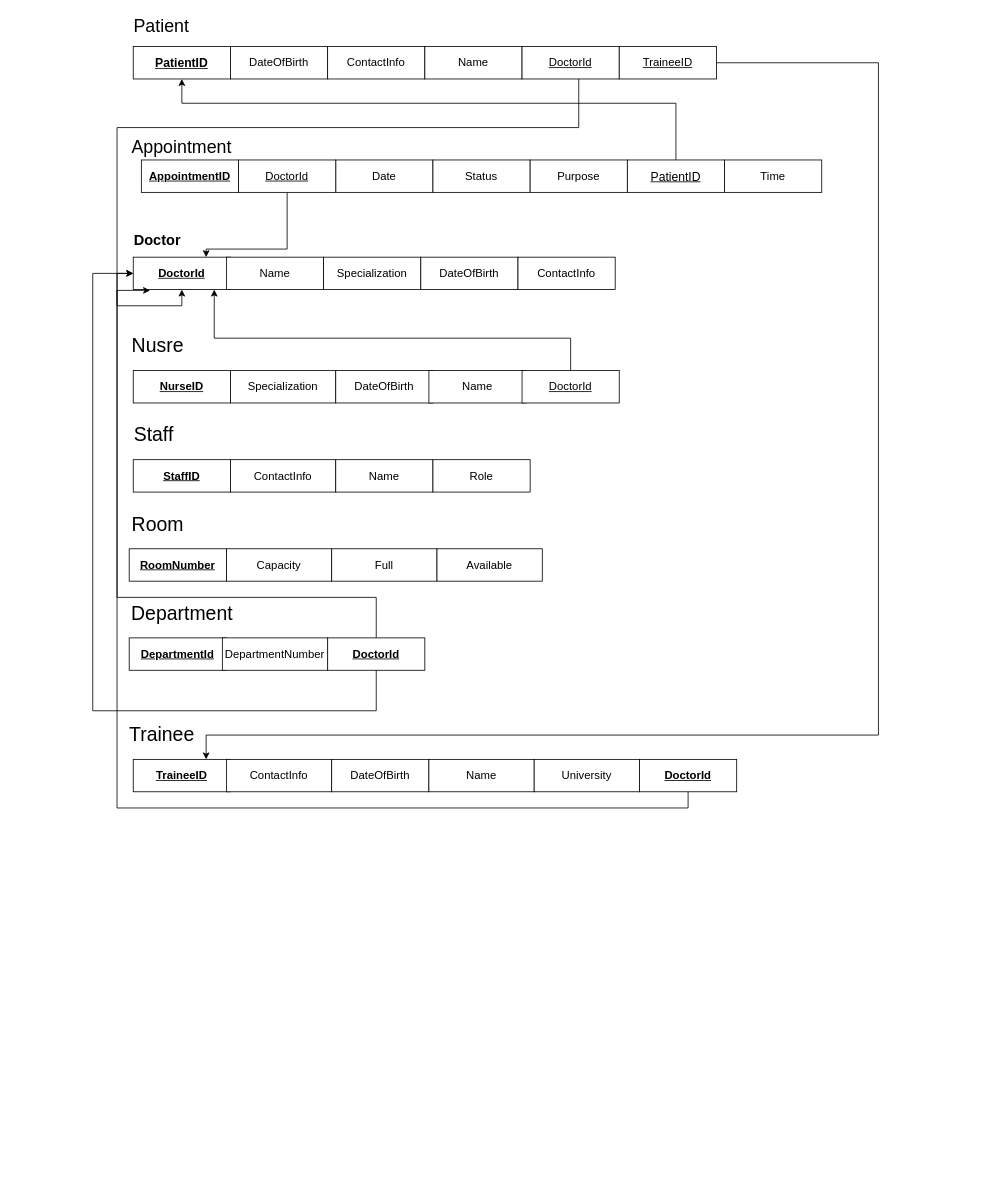
The draw.io diagram Untitled Diagram.drawio in AbodSoudi/DB-project, before the edit. Source tidied: cells renumbered, new cells numbered last; positions are measured from the earlier drawing's top-left corner, leaving out a move shared by most shapes. Both pictures are drawn from the tidied source at 81%, with x=0, y=0 at pixel (80, 14).
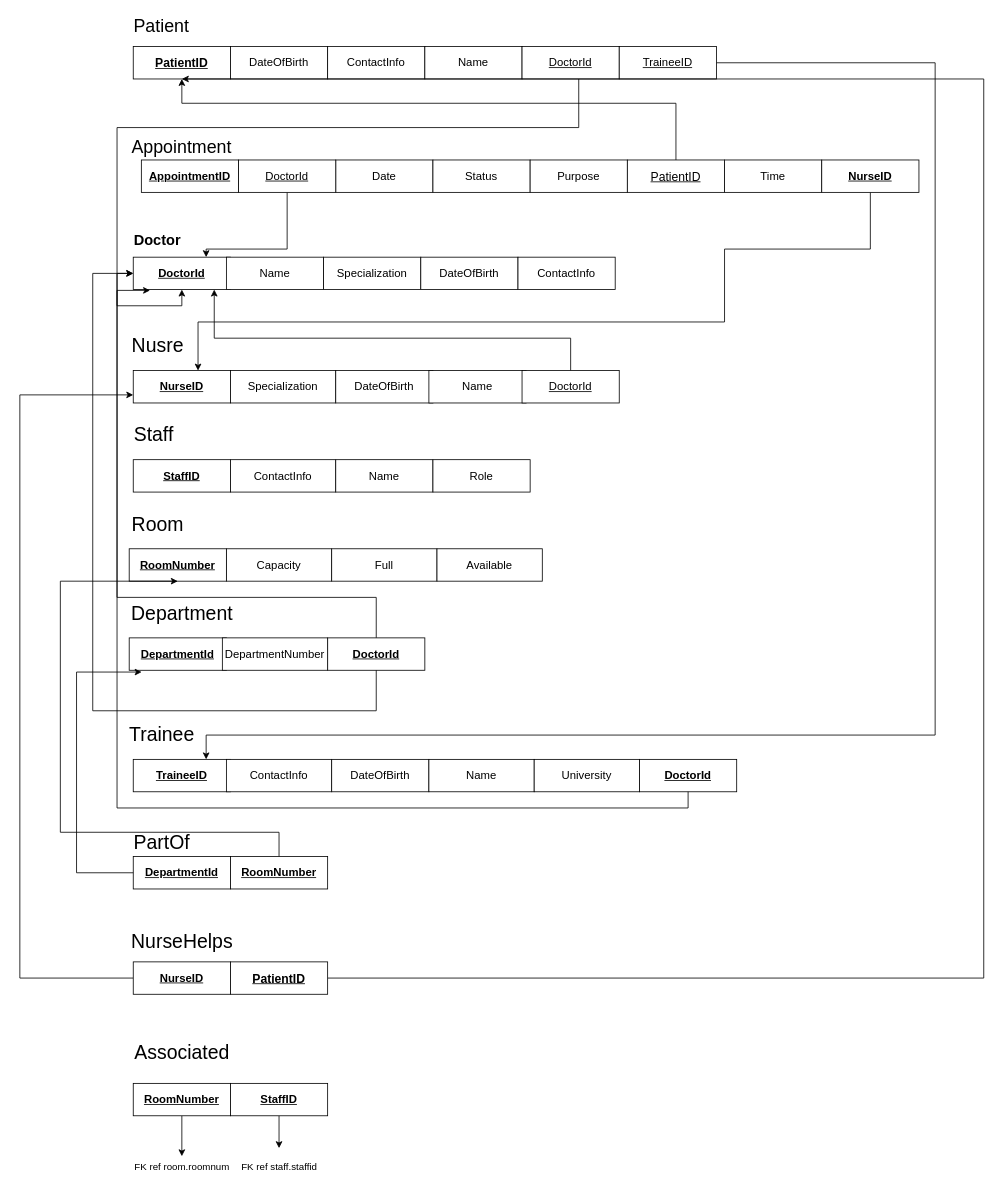
After the change.

Unchanged cells that the change refers to:
```xml
<mxCell id="2" value="&lt;font style=&quot;font-size: 15px;&quot;&gt;&lt;u&gt;&lt;b&gt;PatientID&lt;/b&gt;&lt;/u&gt;&lt;/font&gt;" style="rounded=0;whiteSpace=wrap;html=1;" parent="1" vertex="1">
  <mxGeometry x="65" y="40" width="120" height="40" as="geometry" />
</mxCell>
<mxCell id="25" value="&lt;font style=&quot;font-size: 14px;&quot;&gt;&lt;u&gt;&lt;b&gt;NurseID&lt;/b&gt;&lt;/u&gt;&lt;/font&gt;" style="rounded=0;whiteSpace=wrap;html=1;" parent="1" vertex="1">
  <mxGeometry x="65" y="440" width="120" height="40" as="geometry" />
</mxCell>
<mxCell id="38" value="&lt;font style=&quot;font-size: 14px;&quot;&gt;&lt;u&gt;&lt;b&gt;RoomNumber&lt;/b&gt;&lt;/u&gt;&lt;/font&gt;" style="rounded=0;whiteSpace=wrap;html=1;" parent="1" vertex="1">
  <mxGeometry x="60" y="660" width="120" height="40" as="geometry" />
</mxCell>
<mxCell id="44" value="&lt;font style=&quot;font-size: 14px;&quot;&gt;&lt;u&gt;&lt;b&gt;DepartmentId&lt;/b&gt;&lt;/u&gt;&lt;/font&gt;" style="rounded=0;whiteSpace=wrap;html=1;" parent="1" vertex="1">
  <mxGeometry x="60" y="770" width="120" height="40" as="geometry" />
</mxCell>
<mxCell id="49" value="&lt;font style=&quot;font-size: 14px;&quot;&gt;&lt;u&gt;&lt;b&gt;TraineeID&lt;/b&gt;&lt;/u&gt;&lt;/font&gt;" style="rounded=0;whiteSpace=wrap;html=1;" parent="1" vertex="1">
  <mxGeometry x="65" y="920" width="120" height="40" as="geometry" />
</mxCell>
<mxCell id="57" value="&lt;font style=&quot;font-size: 14px;&quot;&gt;&lt;u&gt;TraineeID&lt;/u&gt;&lt;/font&gt;" style="rounded=0;whiteSpace=wrap;html=1;" parent="1" vertex="1">
  <mxGeometry x="665" y="40" width="120" height="40" as="geometry" />
</mxCell>
```

The edit, as a diff of the source:
```diff
@@
     <mxCell id="56" style="edgeStyle=orthogonalEdgeStyle;rounded=0;jettySize=auto;html=1;" parent="1" edge="1" source="57" target="49">
       <mxGeometry relative="1" as="geometry">
         <Array as="points">
-          <mxPoint x="985" y="60" />
-          <mxPoint x="985" y="890" />
+          <mxPoint x="1055" y="60" />
+          <mxPoint x="1055" y="890" />
           <mxPoint x="155" y="890" />
         </Array>
       </mxGeometry>
     </mxCell>
@@
+    <mxCell id="58" style="edgeStyle=orthogonalEdgeStyle;rounded=0;jettySize=auto;html=1;" parent="1" edge="1" source="59" target="25">
+      <mxGeometry relative="1" as="geometry">
+        <Array as="points">
+          <mxPoint x="975" y="290" />
+          <mxPoint x="795" y="290" />
+          <mxPoint x="795" y="380" />
+          <mxPoint x="145" y="380" />
+        </Array>
+      </mxGeometry>
+    </mxCell>
+    <mxCell id="59" value="&lt;font style=&quot;font-size: 14px;&quot;&gt;&lt;u&gt;&lt;b&gt;NurseID&lt;/b&gt;&lt;/u&gt;&lt;/font&gt;" style="rounded=0;whiteSpace=wrap;html=1;" parent="1" vertex="1">
+      <mxGeometry x="915" y="180" width="120" height="40" as="geometry" />
+    </mxCell>
+    <mxCell id="60" value="&lt;font style=&quot;font-size: 24px;&quot;&gt;PartOf&lt;/font&gt;" style="text;html=1;align=center;verticalAlign=middle;strokeColor=none;fillColor=none;" parent="1" vertex="1">
+      <mxGeometry x="55" y="1003" width="90" height="40" as="geometry" />
+    </mxCell>
+    <mxCell id="61" value="&lt;font style=&quot;font-size: 14px;&quot;&gt;&lt;u&gt;&lt;b&gt;DepartmentId&lt;/b&gt;&lt;/u&gt;&lt;/font&gt;" style="rounded=0;whiteSpace=wrap;html=1;" parent="1" vertex="1">
+      <mxGeometry x="65" y="1040" width="120" height="40" as="geometry" />
+    </mxCell>
+    <mxCell id="62" style="edgeStyle=orthogonalEdgeStyle;rounded=0;jettySize=auto;html=1;entryX=0.128;entryY=1.055;entryDx=0;entryDy=0;entryPerimeter=0;" parent="1" edge="1" source="61" target="44">
+      <mxGeometry relative="1" as="geometry">
+        <Array as="points">
+          <mxPoint x="-5" y="1060" />
+          <mxPoint x="-5" y="812" />
+        </Array>
+      </mxGeometry>
+    </mxCell>
+    <mxCell id="63" style="edgeStyle=orthogonalEdgeStyle;rounded=0;jettySize=auto;html=1;entryX=0.5;entryY=1;entryDx=0;entryDy=0;" parent="1" edge="1" source="64" target="38">
+      <mxGeometry relative="1" as="geometry">
+        <Array as="points">
+          <mxPoint x="245" y="1010" />
+          <mxPoint x="-25" y="1010" />
+          <mxPoint x="-25" y="700" />
+        </Array>
+      </mxGeometry>
+    </mxCell>
+    <mxCell id="64" value="&lt;font style=&quot;font-size: 14px;&quot;&gt;&lt;u&gt;&lt;b&gt;RoomNumber&lt;/b&gt;&lt;/u&gt;&lt;/font&gt;" style="rounded=0;whiteSpace=wrap;html=1;" parent="1" vertex="1">
+      <mxGeometry x="185" y="1040" width="120" height="40" as="geometry" />
+    </mxCell>
+    <mxCell id="65" value="&lt;font style=&quot;font-size: 24px;&quot;&gt;NurseHelps&lt;/font&gt;" style="text;html=1;align=center;verticalAlign=middle;strokeColor=none;fillColor=none;" parent="1" vertex="1">
+      <mxGeometry x="50" y="1125" width="150" height="40" as="geometry" />
+    </mxCell>
+    <mxCell id="66" style="edgeStyle=orthogonalEdgeStyle;rounded=0;jettySize=auto;html=1;entryX=0;entryY=0.75;entryDx=0;entryDy=0;" parent="1" edge="1" source="67" target="25">
+      <mxGeometry relative="1" as="geometry">
+        <Array as="points">
+          <mxPoint x="-75" y="1190" />
+          <mxPoint x="-75" y="470" />
+        </Array>
+      </mxGeometry>
+    </mxCell>
+    <mxCell id="67" value="&lt;font style=&quot;font-size: 14px;&quot;&gt;&lt;u&gt;&lt;b&gt;NurseID&lt;/b&gt;&lt;/u&gt;&lt;/font&gt;" style="rounded=0;whiteSpace=wrap;html=1;" parent="1" vertex="1">
+      <mxGeometry x="65" y="1170" width="120" height="40" as="geometry" />
+    </mxCell>
+    <mxCell id="68" style="edgeStyle=orthogonalEdgeStyle;rounded=0;jettySize=auto;html=1;entryX=0.5;entryY=1;entryDx=0;entryDy=0;" parent="1" edge="1" source="69" target="2">
+      <mxGeometry relative="1" as="geometry">
+        <Array as="points">
+          <mxPoint x="1115" y="1190" />
+          <mxPoint x="1115" y="80" />
+        </Array>
+      </mxGeometry>
+    </mxCell>
+    <mxCell id="69" value="&lt;font style=&quot;font-size: 15px;&quot;&gt;&lt;u&gt;&lt;b&gt;PatientID&lt;/b&gt;&lt;/u&gt;&lt;/font&gt;" style="rounded=0;whiteSpace=wrap;html=1;" parent="1" vertex="1">
+      <mxGeometry x="185" y="1170" width="120" height="40" as="geometry" />
+    </mxCell>
+    <mxCell id="70" value="&lt;font style=&quot;font-size: 24px;&quot;&gt;Associated&lt;/font&gt;" style="text;html=1;align=center;verticalAlign=middle;strokeColor=none;fillColor=none;" parent="1" vertex="1">
+      <mxGeometry x="55" y="1263" width="140" height="40" as="geometry" />
+    </mxCell>
+    <mxCell id="71" style="edgeStyle=orthogonalEdgeStyle;rounded=0;jettySize=auto;html=1;" parent="1" edge="1" source="72">
+      <mxGeometry relative="1" as="geometry">
+        <mxPoint x="125" y="1410" as="targetPoint" />
+      </mxGeometry>
+    </mxCell>
+    <mxCell id="72" value="&lt;font style=&quot;font-size: 14px;&quot;&gt;&lt;u&gt;&lt;b&gt;RoomNumber&lt;/b&gt;&lt;/u&gt;&lt;/font&gt;" style="rounded=0;whiteSpace=wrap;html=1;" parent="1" vertex="1">
+      <mxGeometry x="65" y="1320" width="120" height="40" as="geometry" />
+    </mxCell>
+    <mxCell id="73" style="edgeStyle=orthogonalEdgeStyle;rounded=0;jettySize=auto;html=1;" parent="1" edge="1" source="74">
+      <mxGeometry relative="1" as="geometry">
+        <mxPoint x="245" y="1400" as="targetPoint" />
+      </mxGeometry>
+    </mxCell>
+    <mxCell id="74" value="&lt;font style=&quot;font-size: 14px;&quot;&gt;&lt;u&gt;&lt;b&gt;StaffID&lt;/b&gt;&lt;/u&gt;&lt;/font&gt;" style="rounded=0;whiteSpace=wrap;html=1;" parent="1" vertex="1">
+      <mxGeometry x="185" y="1320" width="120" height="40" as="geometry" />
+    </mxCell>
+    <mxCell id="75" value="FK ref room.roomnum" style="text;html=1;align=center;verticalAlign=middle;strokeColor=none;fillColor=none;" parent="1" vertex="1">
+      <mxGeometry x="55" y="1408" width="140" height="30" as="geometry" />
+    </mxCell>
+    <mxCell id="76" value="FK ref staff.staffid" style="text;html=1;align=center;verticalAlign=middle;strokeColor=none;fillColor=none;" parent="1" vertex="1">
+      <mxGeometry x="185" y="1408" width="120" height="30" as="geometry" />
+    </mxCell>
```
